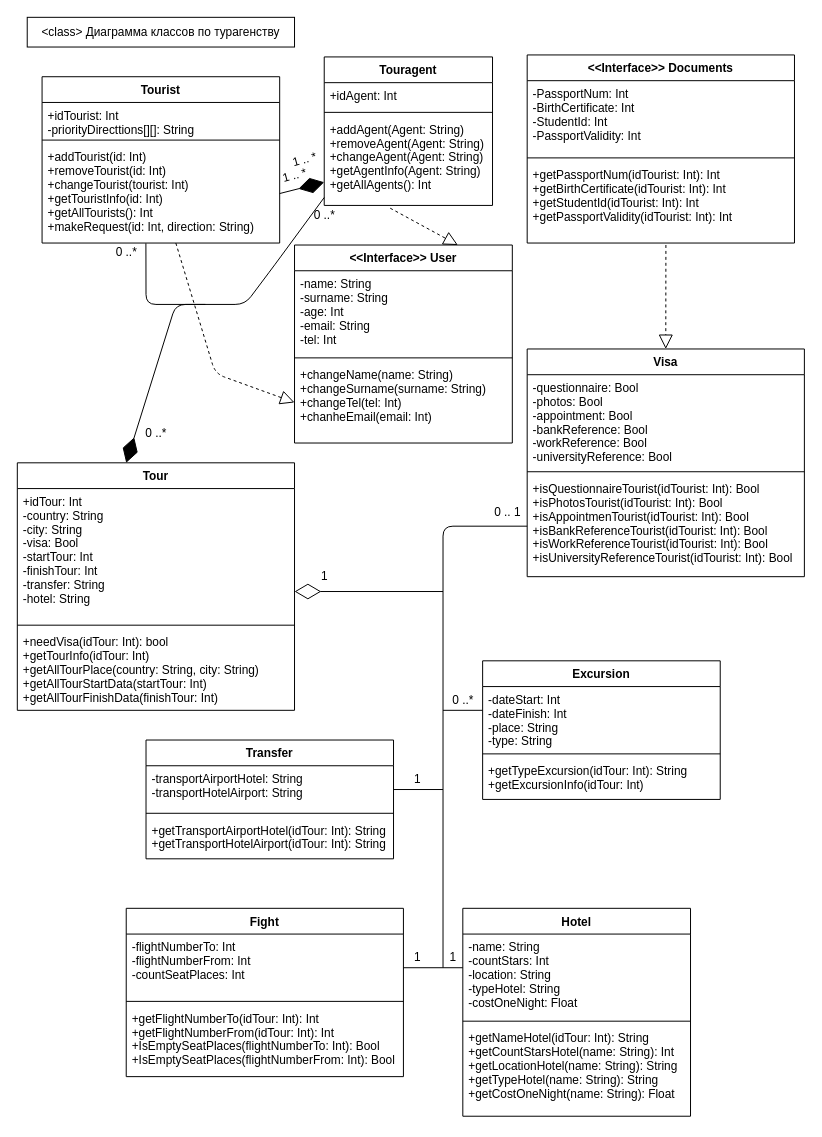
Before: Untitled Diagram.drawio in f0rsunka/UML, a draw.io diagram. Source tidied: cells renumbered, new cells numbered last; positions are measured from the earlier drawing's top-left corner, leaving out a move shared by most shapes. Both pictures are drawn from the tidied source at 99%, with x=0, y=0 at pixel (17, 17).
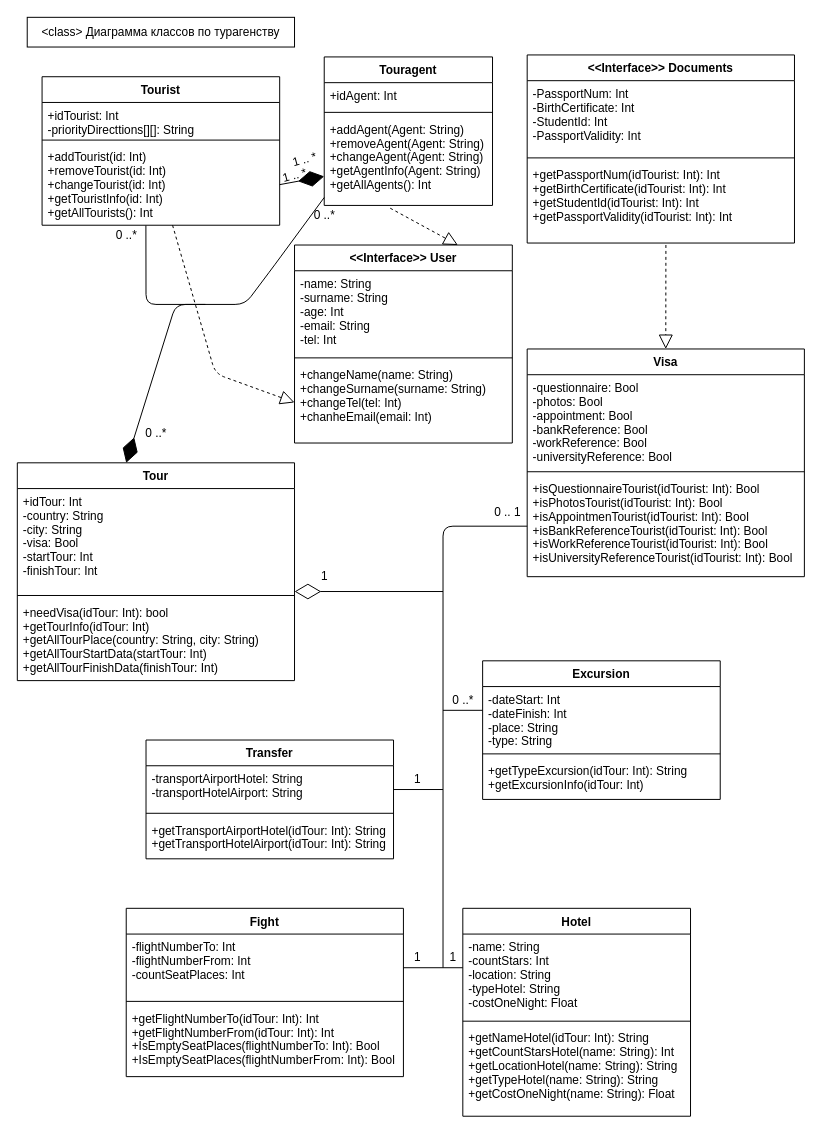
The same diagram, later.

What changed in the source:
```diff
@@
     <mxCell id="5" value="Tourist" style="swimlane;fontStyle=1;align=center;verticalAlign=top;horizontal=1;startSize=26;" parent="1" vertex="1">
-      <mxGeometry x="25" y="60" width="240" height="168" as="geometry" />
+      <mxGeometry x="25" y="60" width="240" height="150" as="geometry" />
     </mxCell>
@@
-    <mxCell id="8" value="+addTourist(id: Int)&#10;+removeTourist(id: Int)&#10;+changeTourist(tourist: Int)&#10;+getTouristInfo(id: Int)&#10;+getAllTourists(): Int&#10;+makeRequest(id: Int, direction: String)" style="text;strokeColor=none;fillColor=none;align=left;verticalAlign=top;spacingLeft=4;spacingRight=4;overflow=hidden;points=[[0,0.5],[1,0.5]];portConstraint=eastwest;" parent="5" vertex="1">
-      <mxGeometry y="68" width="240" height="100" as="geometry" />
+    <mxCell id="8" value="+addTourist(id: Int)&#10;+removeTourist(id: Int)&#10;+changeTourist(id: Int)&#10;+getTouristInfo(id: Int)&#10;+getAllTourists(): Int" style="text;strokeColor=none;fillColor=none;align=left;verticalAlign=top;spacingLeft=4;spacingRight=4;overflow=hidden;points=[[0,0.5],[1,0.5]];portConstraint=eastwest;" parent="5" vertex="1">
+      <mxGeometry y="68" width="240" height="82" as="geometry" />
     </mxCell>
@@
     <mxCell id="25" value="Tour" style="swimlane;fontStyle=1;align=center;verticalAlign=top;horizontal=1;startSize=26;" parent="1" vertex="1">
-      <mxGeometry y="450" width="280" height="250" as="geometry" />
+      <mxGeometry y="450" width="280" height="220" as="geometry" />
     </mxCell>
-    <mxCell id="26" value="+idTour: Int&#10;-country: String&#10;-city: String&#10;-visa: Bool&#10;-startTour: Int&#10;-finishTour: Int&#10;-transfer: String&#10;-hotel: String&#10;&#10;" style="text;strokeColor=none;fillColor=none;align=left;verticalAlign=top;spacingLeft=4;spacingRight=4;overflow=hidden;" parent="25" vertex="1">
-      <mxGeometry y="26" width="280" height="134" as="geometry" />
+    <mxCell id="26" value="+idTour: Int&#10;-country: String&#10;-city: String&#10;-visa: Bool&#10;-startTour: Int&#10;-finishTour: Int&#10;&#10;" style="text;strokeColor=none;fillColor=none;align=left;verticalAlign=top;spacingLeft=4;spacingRight=4;overflow=hidden;" parent="25" vertex="1">
+      <mxGeometry y="26" width="280" height="104" as="geometry" />
     </mxCell>
     <mxCell id="27" style="line;strokeWidth=1;fillColor=none;align=left;verticalAlign=middle;spacingTop=-1;spacingLeft=3;spacingRight=3;labelPosition=right;" parent="25" vertex="1">
-      <mxGeometry y="160" width="280" height="8" as="geometry" />
+      <mxGeometry y="130" width="280" height="8" as="geometry" />
     </mxCell>
     <mxCell id="28" value="+needVisa(idTour: Int): bool&#10;+getTourInfo(idTour: Int)&#10;+getAllTourPlace(country: String, city: String)&#10;+getAllTourStartData(startTour: Int)&#10;+getAllTourFinishData(finishTour: Int)" style="text;strokeColor=none;fillColor=none;align=left;verticalAlign=top;spacingLeft=4;spacingRight=4;overflow=hidden;" parent="25" vertex="1">
-      <mxGeometry y="168" width="280" height="82" as="geometry" />
+      <mxGeometry y="138" width="280" height="82" as="geometry" />
     </mxCell>
@@
     <mxCell id="60" value="0 ..*" style="text;html=1;align=center;verticalAlign=middle;" parent="1" vertex="1">
-      <mxGeometry x="90" y="228" width="40" height="20" as="geometry" />
+      <mxGeometry x="90" y="210" width="40" height="20" as="geometry" />
     </mxCell>
```
